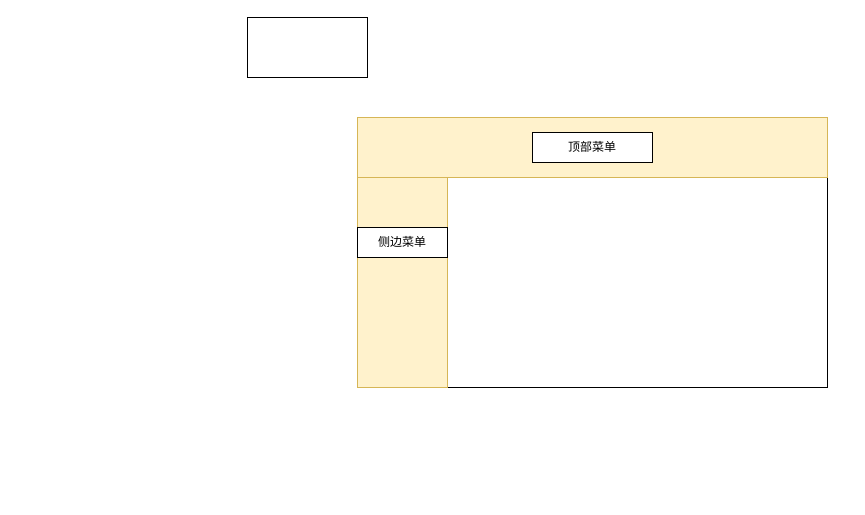
This is 未命名绘图.drawio from HeyXml/draw.io, a draw.io file, before an edit. Source tidied: cells renumbered, new cells numbered last; positions are measured from the earlier drawing's top-left corner, leaving out a move shared by most shapes. Both pictures are drawn from the tidied source at 100%, with x=0, y=0 at pixel (247, 17).
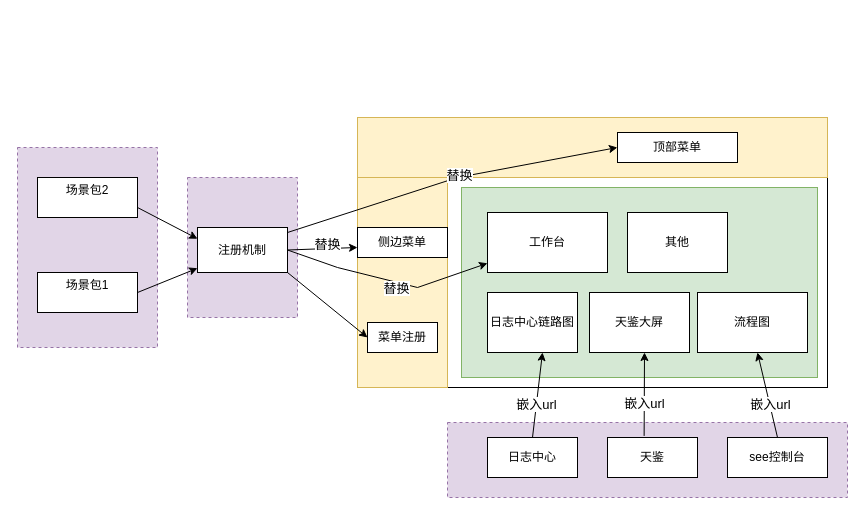
The same page after the edit.

Commit message:
场景化平台.drawio

Unchanged cells that the change refers to:
```xml
<mxCell id="3" style="rounded=0;whiteSpace=wrap;html=1;fillColor=#fff2cc;strokeColor=#d6b656;" parent="1" vertex="1">
  <mxGeometry x="110" y="100" width="470" height="60" as="geometry" />
</mxCell>
```

What changed in the source:
```diff
@@
+    <mxCell id="8" style="rounded=0;whiteSpace=wrap;html=1;fillColor=#e1d5e7;strokeColor=#9673a6;dashed=1;" parent="1" vertex="1">
+      <mxGeometry x="200" y="405" width="400" height="75" as="geometry" />
+    </mxCell>
+    <mxCell id="9" style="rounded=0;whiteSpace=wrap;html=1;fillColor=#e1d5e7;strokeColor=#9673a6;dashed=1;" parent="1" vertex="1">
+      <mxGeometry x="-60" y="160" width="110" height="140" as="geometry" />
+    </mxCell>
+    <mxCell id="10" style="rounded=0;whiteSpace=wrap;html=1;fillColor=#e1d5e7;strokeColor=#9673a6;dashed=1;" parent="1" vertex="1">
+      <mxGeometry x="-230" y="130" width="140" height="200" as="geometry" />
+    </mxCell>
@@
     <mxCell id="5" value="顶部菜单" style="rounded=0;whiteSpace=wrap;html=1;" parent="1" vertex="1">
-      <mxGeometry x="285" y="115" width="120" height="30" as="geometry" />
+      <mxGeometry x="370" y="115" width="120" height="30" as="geometry" />
     </mxCell>
@@
-    <mxCell id="7" style="rounded=0;whiteSpace=wrap;html=1;" parent="1" vertex="1">
-      <mxGeometry width="120" height="60" as="geometry" />
+    <mxCell id="7" value="场景包1&lt;div&gt;&lt;br/&gt;&lt;/div&gt;" style="rounded=0;whiteSpace=wrap;html=1;" parent="1" vertex="1">
+      <mxGeometry x="-210" y="255" width="100" height="40" as="geometry" />
     </mxCell>
+    <mxCell id="11" value="场景包2&lt;div&gt;&lt;br/&gt;&lt;/div&gt;" style="rounded=0;whiteSpace=wrap;html=1;" parent="1" vertex="1">
+      <mxGeometry x="-210" y="160" width="100" height="40" as="geometry" />
+    </mxCell>
+    <mxCell id="12" value="注册机制" style="rounded=0;whiteSpace=wrap;html=1;" parent="1" vertex="1">
+      <mxGeometry x="-50" y="210" width="90" height="45" as="geometry" />
+    </mxCell>
+    <mxCell id="13" style="endArrow=classic;html=1;rounded=0;exitX=1;exitY=0.75;exitDx=0;exitDy=0;entryX=0;entryY=0.25;entryDx=0;entryDy=0;" parent="1" edge="1" source="11" target="12">
+      <mxGeometry relative="1" as="geometry" />
+    </mxCell>
+    <mxCell id="14" style="endArrow=classic;html=1;rounded=0;exitX=0.5;exitY=1;exitDx=0;exitDy=0;entryX=0.553;entryY=0.5;entryDx=0;entryDy=0;entryPerimeter=0;" parent="1" edge="1" target="3">
+      <mxGeometry relative="1" as="geometry">
+        <mxPoint x="40" y="215" as="sourcePoint" />
+        <Array as="points">
+          <mxPoint x="210" y="160" />
+        </Array>
+      </mxGeometry>
+    </mxCell>
+    <mxCell id="15" value="替换" style="edgeLabel;html=1;align=center;verticalAlign=middle;fontSize=13;" parent="14" vertex="1">
+      <mxGeometry x="-0.03" y="3" relative="1" as="geometry">
+        <mxPoint x="14" y="-4" as="offset" />
+      </mxGeometry>
+    </mxCell>
+    <mxCell id="16" style="rounded=0;whiteSpace=wrap;html=1;fillColor=#d5e8d4;strokeColor=#82b366;" parent="1" vertex="1">
+      <mxGeometry x="214" y="170" width="356" height="190" as="geometry" />
+    </mxCell>
+    <mxCell id="17" style="endArrow=classic;html=1;rounded=0;exitX=1;exitY=0.5;exitDx=0;exitDy=0;" parent="1" edge="1" source="12" target="19">
+      <mxGeometry relative="1" as="geometry">
+        <Array as="points">
+          <mxPoint x="90" y="250" />
+          <mxPoint x="170" y="270" />
+        </Array>
+      </mxGeometry>
+    </mxCell>
+    <mxCell id="18" value="替换" style="edgeLabel;html=1;align=center;verticalAlign=middle;fontSize=13;" parent="17" vertex="1">
+      <mxGeometry x="0.07" y="4" relative="1" as="geometry">
+        <mxPoint y="10" as="offset" />
+      </mxGeometry>
+    </mxCell>
+    <mxCell id="19" value="工作台" style="rounded=0;whiteSpace=wrap;html=1;" parent="1" vertex="1">
+      <mxGeometry x="240" y="195" width="120" height="60" as="geometry" />
+    </mxCell>
+    <mxCell id="20" value="菜单注册" style="rounded=0;whiteSpace=wrap;html=1;" parent="1" vertex="1">
+      <mxGeometry x="120" y="305" width="70" height="30" as="geometry" />
+    </mxCell>
+    <mxCell id="21" style="endArrow=classic;html=1;rounded=0;exitX=1;exitY=0.5;exitDx=0;exitDy=0;entryX=0.25;entryY=0;entryDx=0;entryDy=0;" parent="1" edge="1" source="12">
+      <mxGeometry relative="1" as="geometry">
+        <mxPoint x="110" y="230" as="targetPoint" />
+      </mxGeometry>
+    </mxCell>
+    <mxCell id="22" value="替换" style="edgeLabel;html=1;align=center;verticalAlign=middle;fontSize=13;" parent="21" vertex="1">
+      <mxGeometry x="0.57" y="2" relative="1" as="geometry">
+        <mxPoint x="-15" y="-2" as="offset" />
+      </mxGeometry>
+    </mxCell>
+    <mxCell id="23" style="endArrow=classic;html=1;rounded=0;exitX=1;exitY=0.5;exitDx=0;exitDy=0;" parent="1" edge="1" source="7" target="12">
+      <mxGeometry relative="1" as="geometry" />
+    </mxCell>
+    <mxCell id="24" style="endArrow=classic;html=1;rounded=0;entryX=0;entryY=0.5;entryDx=0;entryDy=0;exitX=1;exitY=1;exitDx=0;exitDy=0;" parent="1" edge="1" source="12" target="20">
+      <mxGeometry relative="1" as="geometry" />
+    </mxCell>
+    <mxCell id="25" value="流程图" style="rounded=0;whiteSpace=wrap;html=1;" parent="1" vertex="1">
+      <mxGeometry x="450" y="275" width="110" height="60" as="geometry" />
+    </mxCell>
+    <mxCell id="26" value="see控制台" style="rounded=0;whiteSpace=wrap;html=1;" parent="1" vertex="1">
+      <mxGeometry x="480" y="420" width="100" height="40" as="geometry" />
+    </mxCell>
+    <mxCell id="27" style="endArrow=classic;html=1;rounded=0;exitX=0.5;exitY=0;exitDx=0;exitDy=0;" parent="1" edge="1" source="26">
+      <mxGeometry relative="1" as="geometry">
+        <mxPoint x="510" y="335" as="targetPoint" />
+      </mxGeometry>
+    </mxCell>
+    <mxCell id="28" value="嵌入url" style="edgeLabel;html=1;align=center;verticalAlign=middle;fontSize=13;" parent="27" vertex="1">
+      <mxGeometry x="-0.21" relative="1" as="geometry" />
+    </mxCell>
+    <mxCell id="29" value="日志中心链路图" style="rounded=0;whiteSpace=wrap;html=1;" parent="1" vertex="1">
+      <mxGeometry x="240" y="275" width="90" height="60" as="geometry" />
+    </mxCell>
+    <mxCell id="30" value="日志中心" style="rounded=0;whiteSpace=wrap;html=1;" parent="1" vertex="1">
+      <mxGeometry x="240" y="420" width="90" height="40" as="geometry" />
+    </mxCell>
+    <mxCell id="31" style="endArrow=classic;html=1;rounded=0;exitX=0.5;exitY=0;exitDx=0;exitDy=0;entryX=1;entryY=0.5;entryDx=0;entryDy=0;" parent="1" edge="1" source="30">
+      <mxGeometry relative="1" as="geometry">
+        <mxPoint x="295" y="335" as="targetPoint" />
+      </mxGeometry>
+    </mxCell>
+    <mxCell id="32" value="嵌入url" style="edgeLabel;html=1;align=center;verticalAlign=middle;fontSize=13;" parent="31" vertex="1">
+      <mxGeometry x="-0.21" relative="1" as="geometry" />
+    </mxCell>
+    <mxCell id="33" value="天鉴" style="rounded=0;whiteSpace=wrap;html=1;" parent="1" vertex="1">
+      <mxGeometry x="360" y="420" width="90" height="40" as="geometry" />
+    </mxCell>
+    <mxCell id="34" value="天鉴大屏" style="rounded=0;whiteSpace=wrap;html=1;" parent="1" vertex="1">
+      <mxGeometry x="342" y="275" width="100" height="60" as="geometry" />
+    </mxCell>
+    <mxCell id="35" value="其他" style="rounded=0;whiteSpace=wrap;html=1;" parent="1" vertex="1">
+      <mxGeometry x="380" y="195" width="100" height="60" as="geometry" />
+    </mxCell>
+    <mxCell id="36" style="endArrow=classic;html=1;rounded=0;exitX=0.407;exitY=-0.04;exitDx=0;exitDy=0;entryX=1;entryY=0.5;entryDx=0;entryDy=0;exitPerimeter=0;" parent="1" edge="1" source="33">
+      <mxGeometry relative="1" as="geometry">
+        <mxPoint x="397" y="335" as="targetPoint" />
+      </mxGeometry>
+    </mxCell>
+    <mxCell id="37" value="嵌入url" style="edgeLabel;html=1;align=center;verticalAlign=middle;fontSize=13;" parent="36" vertex="1">
+      <mxGeometry x="-0.21" relative="1" as="geometry" />
+    </mxCell>
```
